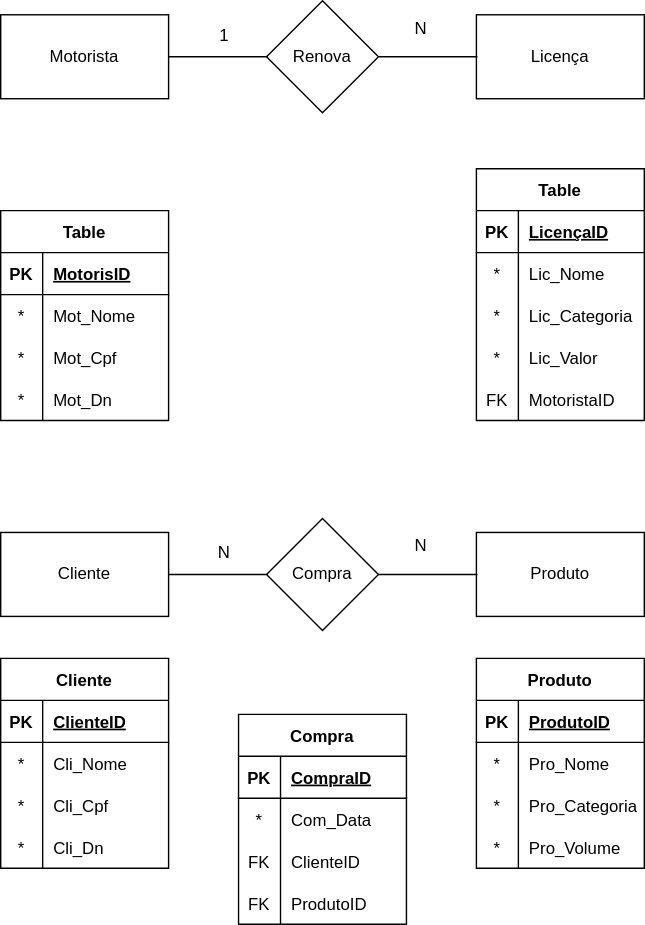
Earlier version of the draw.io export Diagrama sem nome.drawio.svg (VWplayer/Questoes-Ninho). Source tidied: cells renumbered, new cells last; positions are measured from the earlier drawing's top-left corner, leaving out a move shared by most shapes.
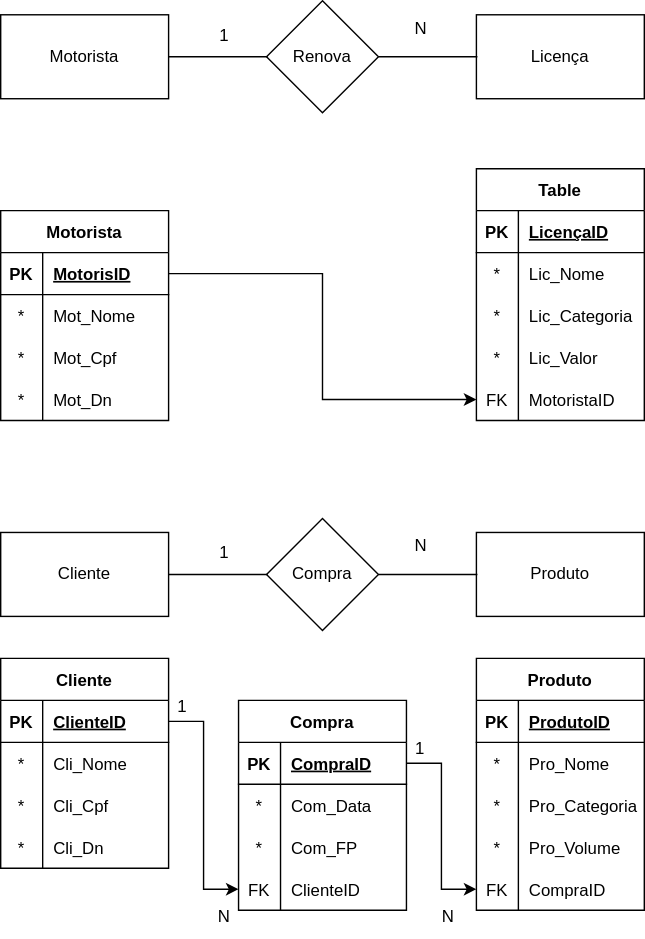
Later version of the same file.

The edit, as a diff of the source:
```diff
@@ -75,7 +75,7 @@
     <mxCell id="24" value="MotoristaID" style="shape=partialRectangle;fillColor=none;top=0;left=0;bottom=0;right=0;align=left;spacingLeft=6;overflow=hidden;" parent="22" vertex="1">
       <mxGeometry x="30" width="90" height="30" as="geometry" />
     </mxCell>
-    <mxCell id="25" value="Table" style="shape=table;startSize=30;rowLines=0;fontStyle=1;align=center;" parent="1" vertex="1">
+    <mxCell id="25" value="Motorista" style="shape=table;startSize=30;rowLines=0;fontStyle=1;align=center;" parent="1" vertex="1">
       <mxGeometry y="150" width="120" height="150" as="geometry" />
     </mxCell>
     <mxCell id="26" style="shape=tableRow;horizontal=0;startSize=0;swimlaneHead=0;swimlaneBody=0;fillColor=none;points=[[0,0.5],[1,0.5]];portConstraint=eastwest;top=0;left=0;right=0;bottom=1;" parent="25" vertex="1">
@@ -133,7 +133,7 @@
         <mxPoint x="190.7" y="410" as="targetPoint" />
       </mxGeometry>
     </mxCell>
-    <mxCell id="43" value="N" style="text;html=1;strokeColor=none;fillColor=none;align=center;verticalAlign=middle;whiteSpace=wrap;rounded=0;" parent="1" vertex="1">
+    <mxCell id="43" value="1" style="text;html=1;strokeColor=none;fillColor=none;align=center;verticalAlign=middle;whiteSpace=wrap;rounded=0;" parent="1" vertex="1">
       <mxGeometry x="130" y="380" width="60" height="30" as="geometry" />
     </mxCell>
     <mxCell id="44" value="N" style="text;html=1;align=center;verticalAlign=middle;strokeColor=none;fillColor=none;" parent="1" vertex="1">
@@ -179,7 +179,7 @@
       <mxGeometry x="30" width="90" height="30" as="geometry" />
     </mxCell>
     <mxCell id="58" value="Produto" style="shape=table;startSize=30;rowLines=0;fontStyle=1;align=center;" parent="1" vertex="1">
-      <mxGeometry x="340" y="470" width="120" height="150" as="geometry" />
+      <mxGeometry x="340" y="470" width="120" height="180" as="geometry" />
     </mxCell>
     <mxCell id="59" style="shape=tableRow;horizontal=0;startSize=0;swimlaneHead=0;swimlaneBody=0;fillColor=none;top=0;left=0;right=0;bottom=1;" parent="58" vertex="1">
       <mxGeometry y="30" width="120" height="30" as="geometry" />
@@ -217,8 +217,20 @@
     <mxCell id="70" value="Pro_Volume" style="shape=partialRectangle;fillColor=none;top=0;left=0;bottom=0;right=0;align=left;spacingLeft=6;overflow=hidden;" parent="68" vertex="1">
       <mxGeometry x="30" width="90" height="30" as="geometry" />
     </mxCell>
+    <mxCell id="84" style="shape=tableRow;horizontal=0;startSize=0;swimlaneHead=0;swimlaneBody=0;fillColor=none;points=[[0,0.5],[1,0.5]];portConstraint=eastwest;top=0;left=0;right=0;bottom=0;" parent="58" vertex="1">
+      <mxGeometry y="150" width="120" height="30" as="geometry" />
+    </mxCell>
+    <mxCell id="85" value="FK" style="shape=partialRectangle;fillColor=none;top=0;left=0;bottom=0;right=0;overflow=hidden;" parent="84" vertex="1">
+      <mxGeometry width="30" height="30" as="geometry" />
+    </mxCell>
+    <mxCell id="86" value="CompraID" style="shape=partialRectangle;fillColor=none;top=0;left=0;bottom=0;right=0;align=left;spacingLeft=6;overflow=hidden;" parent="84" vertex="1">
+      <mxGeometry x="30" width="90" height="30" as="geometry" />
+    </mxCell>
+    <mxCell id="87" style="edgeStyle=orthogonalEdgeStyle;rounded=0;jettySize=auto;html=1;exitX=1;exitY=0.5;exitDx=0;exitDy=0;entryX=0;entryY=0.5;entryDx=0;entryDy=0;" parent="1" edge="1" source="26" target="22">
+      <mxGeometry relative="1" as="geometry" />
+    </mxCell>
     <mxCell id="71" value="Compra" style="shape=table;startSize=30;rowLines=0;fontStyle=1;align=center;" parent="1" vertex="1">
-      <mxGeometry x="170" y="510" width="120" height="150" as="geometry" />
+      <mxGeometry x="170" y="500" width="120" height="150" as="geometry" />
     </mxCell>
     <mxCell id="72" style="shape=tableRow;horizontal=0;startSize=0;swimlaneHead=0;swimlaneBody=0;fillColor=none;points=[[0,0.5],[1,0.5]];portConstraint=eastwest;top=0;left=0;right=0;bottom=1;" parent="71" vertex="1">
       <mxGeometry y="30" width="120" height="30" as="geometry" />
@@ -232,29 +244,47 @@
     <mxCell id="75" style="shape=tableRow;horizontal=0;startSize=0;swimlaneHead=0;swimlaneBody=0;fillColor=none;top=0;left=0;right=0;bottom=0;" parent="71" vertex="1">
       <mxGeometry y="60" width="120" height="30" as="geometry" />
     </mxCell>
-    <mxCell id="76" value="*" style="shape=partialRectangle;fillColor=none;top=0;left=0;bottom=0;right=0;overflow=hidden;" parent="75" vertex="1">
-      <mxGeometry width="30" height="30" as="geometry" />
-    </mxCell>
+    <mxCell id="88" value="*" style="shape=partialRectangle;fillColor=none;top=0;left=0;bottom=0;right=0;overflow=hidden;" parent="75" vertex="1">
+      <mxGeometry width="30" height="30" as="geometry" />
+    </mxCell>
     <mxCell id="77" value="Com_Data" style="shape=partialRectangle;fillColor=none;top=0;left=0;bottom=0;right=0;align=left;spacingLeft=6;overflow=hidden;" parent="75" vertex="1">
       <mxGeometry x="30" width="90" height="30" as="geometry" />
     </mxCell>
     <mxCell id="78" style="shape=tableRow;horizontal=0;startSize=0;swimlaneHead=0;swimlaneBody=0;fillColor=none;top=0;left=0;right=0;bottom=0;" parent="71" vertex="1">
       <mxGeometry y="90" width="120" height="30" as="geometry" />
     </mxCell>
-    <mxCell id="79" value="FK" style="shape=partialRectangle;fillColor=none;top=0;left=0;bottom=0;right=0;overflow=hidden;" parent="78" vertex="1">
-      <mxGeometry width="30" height="30" as="geometry" />
-    </mxCell>
+    <mxCell id="89" value="*" style="shape=partialRectangle;fillColor=none;top=0;left=0;bottom=0;right=0;overflow=hidden;" parent="78" vertex="1">
+      <mxGeometry width="30" height="30" as="geometry" />
+    </mxCell>
+    <mxCell id="90" value="Com_FP" style="shape=partialRectangle;fillColor=none;top=0;left=0;bottom=0;right=0;align=left;spacingLeft=6;overflow=hidden;" parent="78" vertex="1">
+      <mxGeometry x="30" width="90" height="30" as="geometry" />
+    </mxCell>
+    <mxCell id="81" style="shape=tableRow;horizontal=0;startSize=0;swimlaneHead=0;swimlaneBody=0;fillColor=none;points=[[0,0.5],[1,0.5]];portConstraint=eastwest;top=0;left=0;right=0;bottom=0;" parent="71" vertex="1">
+      <mxGeometry y="120" width="120" height="30" as="geometry" />
+    </mxCell>
+    <mxCell id="91" value="FK" style="shape=partialRectangle;fillColor=none;top=0;left=0;bottom=0;right=0;overflow=hidden;" parent="81" vertex="1">
+      <mxGeometry width="30" height="30" as="geometry" />
+    </mxCell>
-    <mxCell id="80" value="ClienteID" style="shape=partialRectangle;fillColor=none;top=0;left=0;bottom=0;right=0;align=left;spacingLeft=6;overflow=hidden;" parent="78" vertex="1">
+    <mxCell id="80" value="ClienteID" style="shape=partialRectangle;fillColor=none;top=0;left=0;bottom=0;right=0;align=left;spacingLeft=6;overflow=hidden;" parent="81" vertex="1">
       <mxGeometry x="30" width="90" height="30" as="geometry" />
     </mxCell>
-    <mxCell id="81" style="shape=tableRow;horizontal=0;startSize=0;swimlaneHead=0;swimlaneBody=0;fillColor=none;points=[[0,0.5],[1,0.5]];portConstraint=eastwest;top=0;left=0;right=0;bottom=0;" parent="71" vertex="1">
-      <mxGeometry y="120" width="120" height="30" as="geometry" />
-    </mxCell>
-    <mxCell id="82" value="FK" style="shape=partialRectangle;fillColor=none;top=0;left=0;bottom=0;right=0;overflow=hidden;" parent="81" vertex="1">
-      <mxGeometry width="30" height="30" as="geometry" />
-    </mxCell>
-    <mxCell id="83" value="ProdutoID" style="shape=partialRectangle;fillColor=none;top=0;left=0;bottom=0;right=0;align=left;spacingLeft=6;overflow=hidden;" parent="81" vertex="1">
-      <mxGeometry x="30" width="90" height="30" as="geometry" />
-    </mxCell>
+    <mxCell id="92" style="edgeStyle=orthogonalEdgeStyle;rounded=0;jettySize=auto;html=1;exitX=1;exitY=0.5;exitDx=0;exitDy=0;entryX=0;entryY=0.5;entryDx=0;entryDy=0;" parent="1" edge="1" source="72" target="84">
+      <mxGeometry relative="1" as="geometry" />
+    </mxCell>
+    <mxCell id="93" style="edgeStyle=orthogonalEdgeStyle;rounded=0;jettySize=auto;html=1;exitX=1;exitY=0.5;exitDx=0;exitDy=0;entryX=0;entryY=0.5;entryDx=0;entryDy=0;" parent="1" edge="1" source="46" target="81">
+      <mxGeometry relative="1" as="geometry" />
+    </mxCell>
+    <mxCell id="94" value="1" style="text;html=1;strokeColor=none;fillColor=none;align=center;verticalAlign=middle;whiteSpace=wrap;rounded=0;" parent="1" vertex="1">
+      <mxGeometry x="100" y="490" width="60" height="30" as="geometry" />
+    </mxCell>
+    <mxCell id="95" value="N" style="text;html=1;strokeColor=none;fillColor=none;align=center;verticalAlign=middle;whiteSpace=wrap;rounded=0;" parent="1" vertex="1">
+      <mxGeometry x="130" y="640" width="60" height="30" as="geometry" />
+    </mxCell>
+    <mxCell id="96" value="1" style="text;html=1;strokeColor=none;fillColor=none;align=center;verticalAlign=middle;whiteSpace=wrap;rounded=0;" parent="1" vertex="1">
+      <mxGeometry x="270" y="520" width="60" height="30" as="geometry" />
+    </mxCell>
+    <mxCell id="97" value="N" style="text;html=1;strokeColor=none;fillColor=none;align=center;verticalAlign=middle;whiteSpace=wrap;rounded=0;" parent="1" vertex="1">
+      <mxGeometry x="290" y="640" width="60" height="30" as="geometry" />
+    </mxCell>
   </root>
 </mxGraphModel>
```
